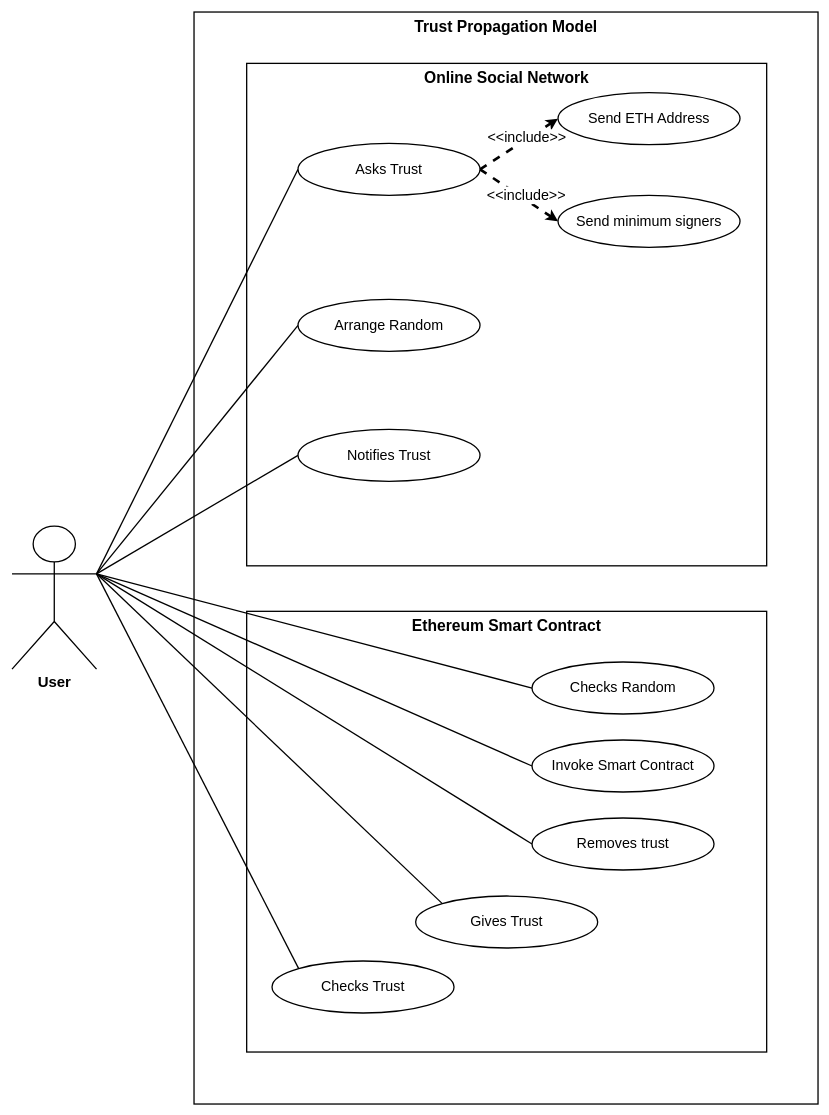
savernike/DiagramsSet keeps this draw.io diagram as TrustPropagationETH/TrustPropagationUseCase.drawio. Above is the earlier version. Source tidied: cells renumbered, new cells numbered last; positions are measured from the earlier drawing's top-left corner, leaving out a move shared by most shapes. Both pictures are drawn from the tidied source at 65%, with x=0, y=0 at pixel (12, 12).
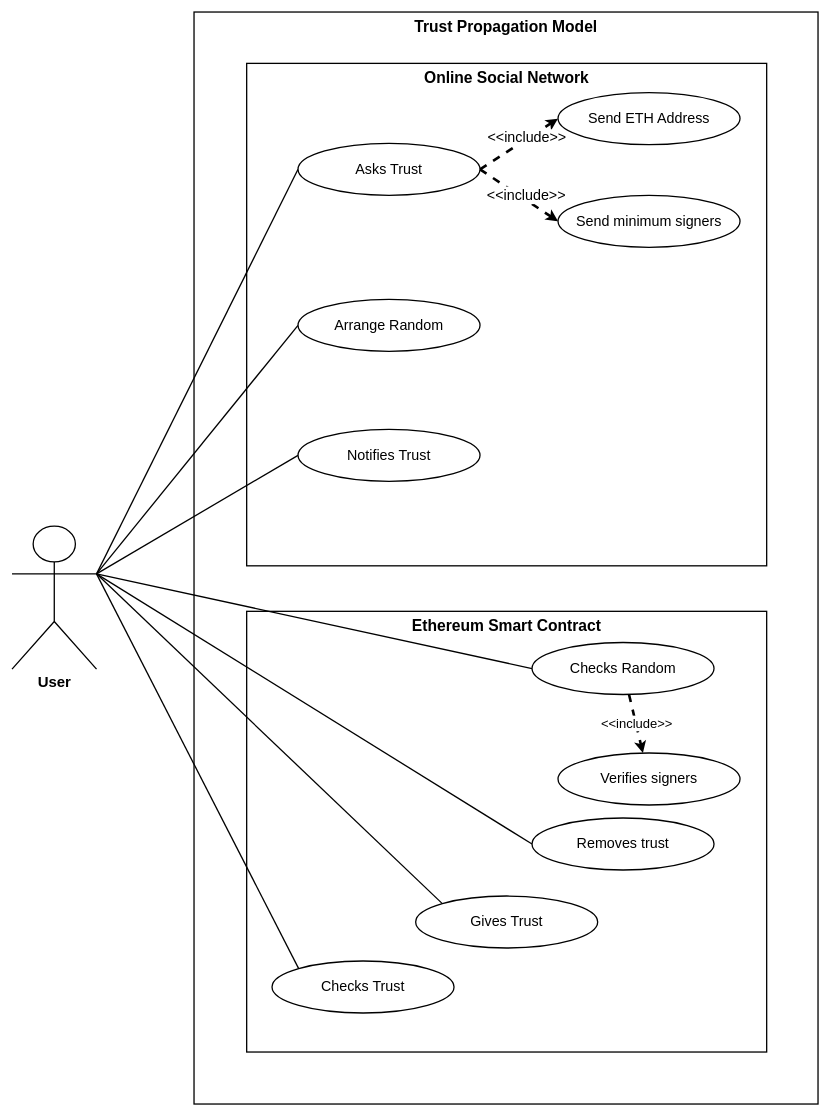
The same diagram, later.

Commit message:
Adding verification num signers

Unchanged cells that the change refers to:
```xml
<mxCell id="13" value="User" style="shape=umlActor;verticalLabelPosition=bottom;verticalAlign=top;html=1;align=center;strokeWidth=2;fontSize=23;fontStyle=1;" parent="1" vertex="1">
  <mxGeometry y="791" width="130" height="220" as="geometry" />
</mxCell>
```

Diff of the diagram source:
```diff
@@
-    <mxCell id="8" style="rounded=0;jettySize=auto;html=1;exitX=1;exitY=0.3333333333333333;exitDx=0;exitDy=0;exitPerimeter=0;entryX=0;entryY=0.5;entryDx=0;entryDy=0;strokeWidth=2;endArrow=none;endFill=0;" parent="1" edge="1" source="13" target="23">
-      <mxGeometry relative="1" as="geometry" />
-    </mxCell>
@@
-    <mxCell id="23" value="&lt;font style=&quot;font-size: 22px;&quot;&gt;Invoke Smart Contract&lt;/font&gt;" style="ellipse;whiteSpace=wrap;html=1;strokeWidth=2;" parent="1" vertex="1">
-      <mxGeometry x="800" y="1120" width="280" height="80" as="geometry" />
+    <mxCell id="23" value="&lt;font style=&quot;font-size: 22px;&quot;&gt;Verifies signers&lt;/font&gt;" style="ellipse;whiteSpace=wrap;html=1;strokeWidth=2;" parent="1" vertex="1">
+      <mxGeometry x="840" y="1140" width="280" height="80" as="geometry" />
     </mxCell>
+    <mxCell id="28" style="rounded=0;jettySize=auto;html=1;endArrow=classic;endFill=1;strokeWidth=4;dashed=1;" parent="1" edge="1" source="24" target="23">
+      <mxGeometry relative="1" as="geometry" />
+    </mxCell>
+    <mxCell id="29" value="&lt;font style=&quot;font-size: 20px;&quot;&gt;&amp;lt;&amp;lt;include&amp;gt;&amp;gt;&lt;/font&gt;" style="edgeLabel;html=1;align=center;verticalAlign=middle;" parent="28" vertex="1">
+      <mxGeometry x="-0.02" y="1" relative="1" as="geometry" />
+    </mxCell>
     <mxCell id="24" value="&lt;span style=&quot;font-size: 22px;&quot;&gt;Checks Random&lt;/span&gt;" style="ellipse;whiteSpace=wrap;html=1;strokeWidth=2;" parent="1" vertex="1">
-      <mxGeometry x="800" y="1000" width="280" height="80" as="geometry" />
+      <mxGeometry x="800" y="970" width="280" height="80" as="geometry" />
     </mxCell>
```
